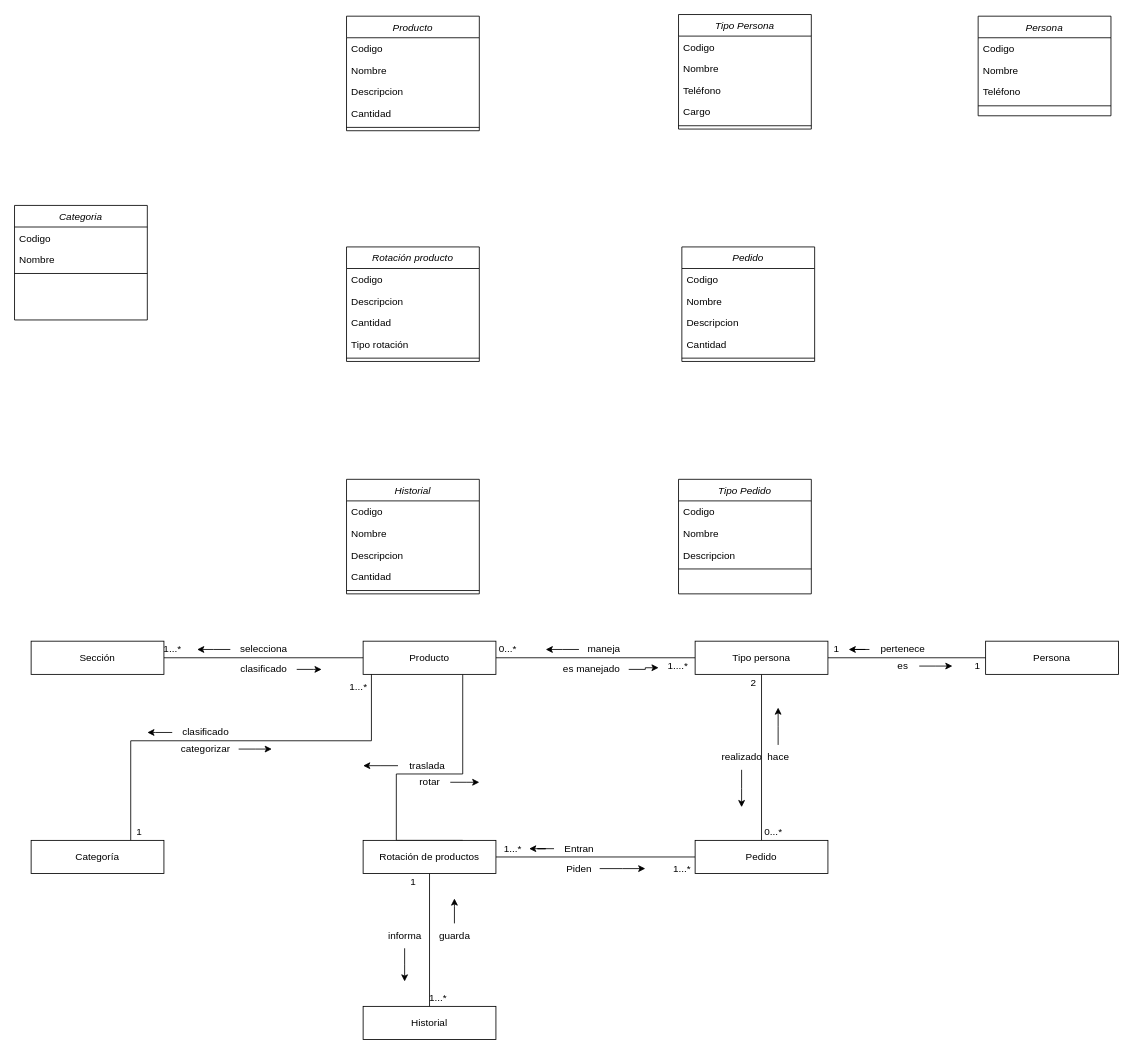
Earlier version of the draw.io diagram Extraclase/Modelo de dominio/Modelo de dominio detallado/Modelo de dominio detallado.drawio (DOOPan2022/Presupuesto). Source tidied: cells renumbered, new cells numbered last; positions are measured from the earlier drawing's top-left corner, leaving out a move shared by most shapes. Both pictures are drawn from the tidied source at 83%, with x=0, y=0 at pixel (14, 14).
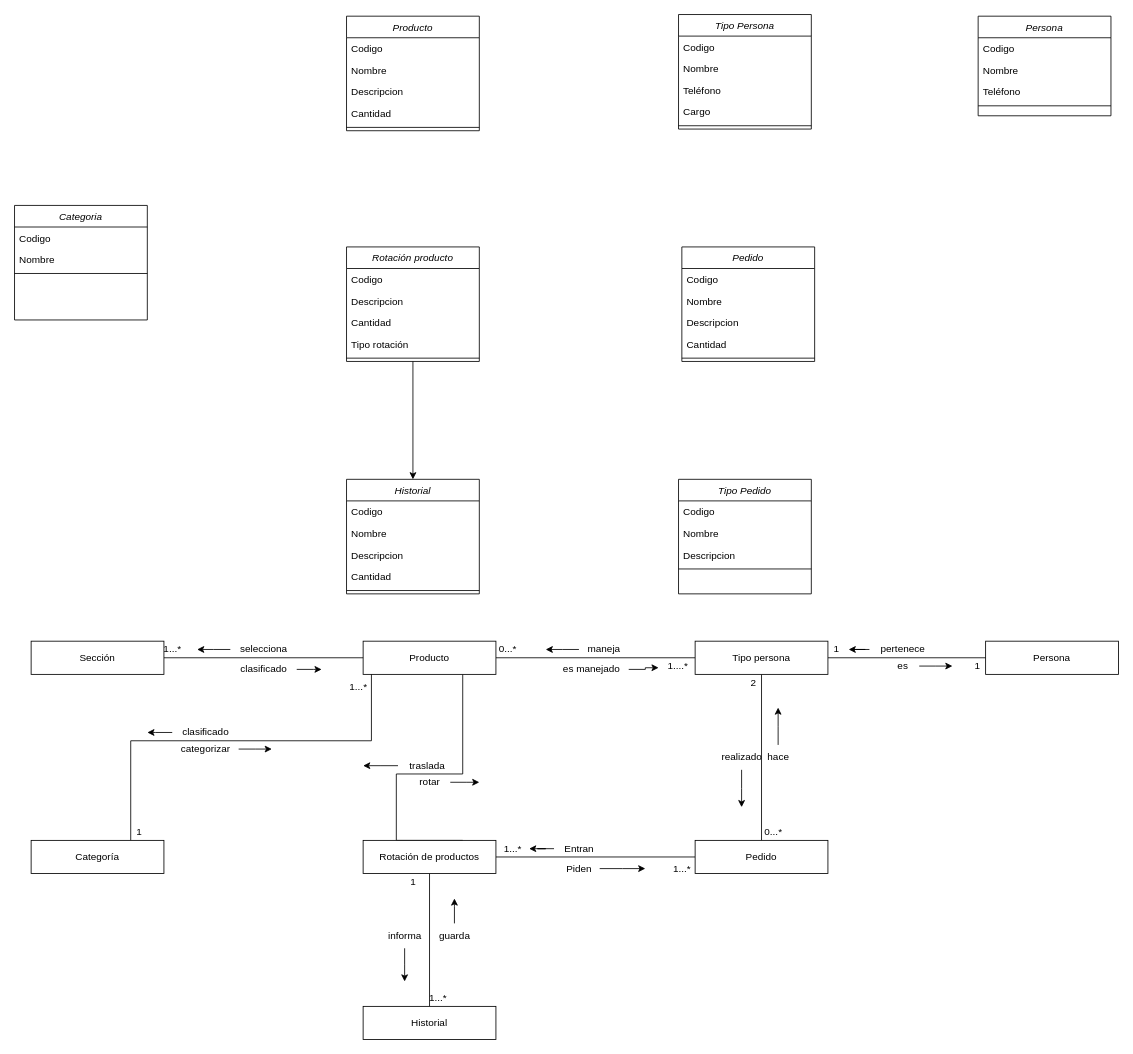
The same diagram, later.

Unchanged cells that the change refers to:
```xml
<mxCell id="80" value="Rotación producto" style="swimlane;fontStyle=2;align=center;verticalAlign=top;horizontal=1;startSize=26;rounded=0;shadow=0;strokeWidth=1;" parent="1" vertex="1">
  <mxGeometry x="400" y="280" width="160" height="138" as="geometry" />
</mxCell>
<mxCell id="96" value="Historial" style="swimlane;fontStyle=2;align=center;verticalAlign=top;horizontal=1;startSize=26;rounded=0;shadow=0;strokeWidth=1;" parent="1" vertex="1">
  <mxGeometry x="400" y="560" width="160" height="138" as="geometry" />
</mxCell>
```

Diff of the diagram source:
```diff
@@
+    <mxCell id="107" style="edgeStyle=orthogonalEdgeStyle;rounded=0;jettySize=auto;html=1;" parent="1" edge="1" source="80" target="96">
+      <mxGeometry relative="1" as="geometry" />
+    </mxCell>
```
